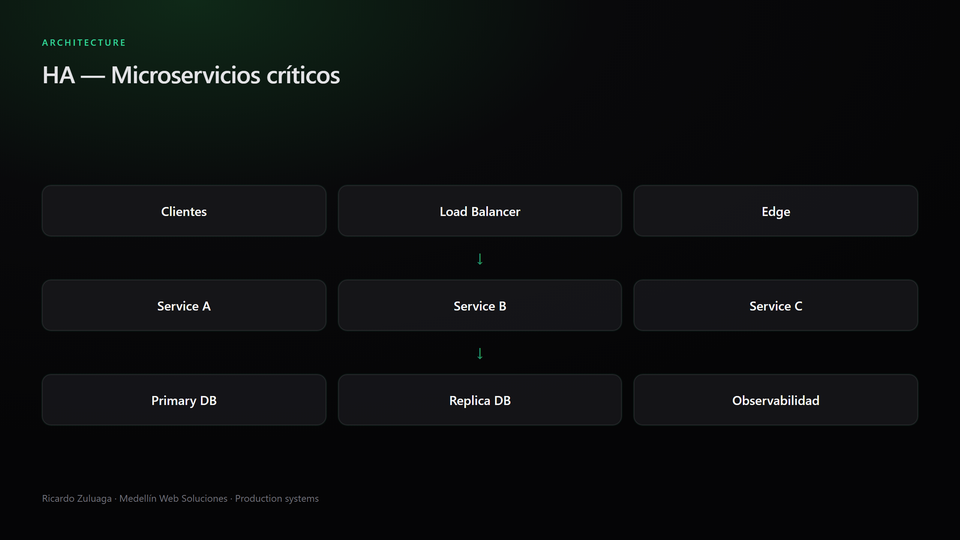
medellinwebsoluciones/web-ricardo keeps this Mermaid diagram as public/images/arch/sistemas-criticos.png. Above is the earlier version. Its source is kept beside it as docs/portfolio-briefs/arch/sistemas-criticos.mmd. Source of this version:
```mermaid
flowchart TB
  Clients[Clientes] --> LB[Load Balancer]
  LB --> S1[Service A]
  LB --> S2[Service B]
  LB --> S3[Service C]
  S1 --> DB[(Primary DB)]
  S2 --> DB
  S3 --> Replica[(Replica DB)]
  S1 --> Obs[Observabilidad]
  S2 --> Obs
  S3 --> Obs
```
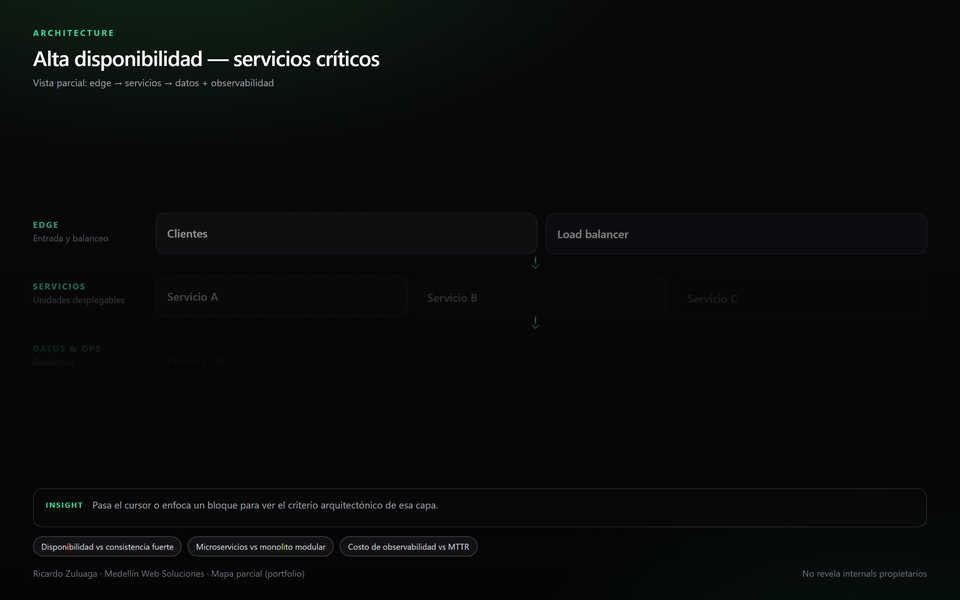
Above is the later version.

What changed in the source:
```diff
@@ -1,11 +1,11 @@
 flowchart TB
-  Clients[Clientes] --> LB[Load Balancer]
-  LB --> S1[Service A]
-  LB --> S2[Service B]
-  LB --> S3[Service C]
-  S1 --> DB[(Primary DB)]
-  S2 --> DB
-  S3 --> Replica[(Replica DB)]
-  S1 --> Obs[Observabilidad]
-  S2 --> Obs
-  S3 --> Obs
+  C[Clientes] --> LB[Load balancer]
+  LB --> A[Servicio A]
+  LB --> B[Servicio B]
+  LB --> C2[Servicio C]
+  A --> P[(Primary)]
+  B --> P
+  C2 --> R[(Réplica)]
+  A --> O[Observabilidad]
+  B --> O
+  C2 --> O
```
